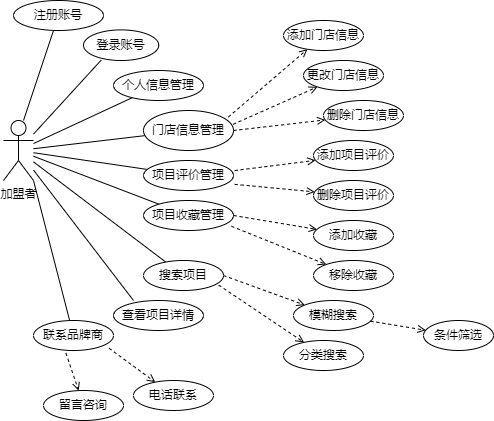
This is diagrams/test.png from Chenyang-1024/DiagramsFromDrawIO, a draw.io export, as it was before one commit. Source tidied: cells renumbered, new cells last; positions are measured from the earlier drawing's top-left corner, leaving out a move shared by most shapes.
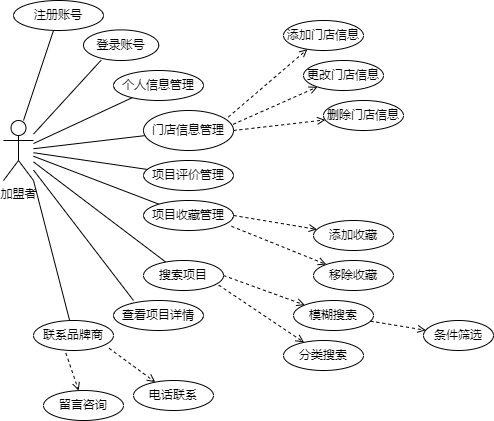
The same file after the commit.

The edit, as a diff of the source:
```diff
@@ -55,18 +55,6 @@
     <mxCell id="18" value="项目评价管理" style="ellipse;whiteSpace=wrap;html=1;" parent="1" vertex="1">
       <mxGeometry x="140" y="160" width="90" height="30" as="geometry" />
     </mxCell>
-    <mxCell id="19" style="endArrow=open;dashed=1;html=1;rounded=0;exitX=1.013;exitY=0.335;exitDx=0;exitDy=0;exitPerimeter=0;endFill=0;" parent="1" edge="1" source="18" target="20">
-      <mxGeometry relative="1" as="geometry" />
-    </mxCell>
-    <mxCell id="20" value="添加项目评价" style="ellipse;whiteSpace=wrap;html=1;" parent="1" vertex="1">
-      <mxGeometry x="310" y="140" width="80" height="30" as="geometry" />
-    </mxCell>
-    <mxCell id="21" style="endArrow=open;dashed=1;html=1;rounded=0;exitX=1.013;exitY=0.795;exitDx=0;exitDy=0;exitPerimeter=0;endFill=0;" parent="1" edge="1" source="18" target="22">
-      <mxGeometry relative="1" as="geometry" />
-    </mxCell>
-    <mxCell id="22" value="删除项目评价" style="ellipse;whiteSpace=wrap;html=1;" parent="1" vertex="1">
-      <mxGeometry x="310" y="180" width="80" height="30" as="geometry" />
-    </mxCell>
     <mxCell id="23" style="endArrow=none;html=1;rounded=0;" parent="1" edge="1" source="2" target="24">
       <mxGeometry relative="1" as="geometry" />
     </mxCell>
```
